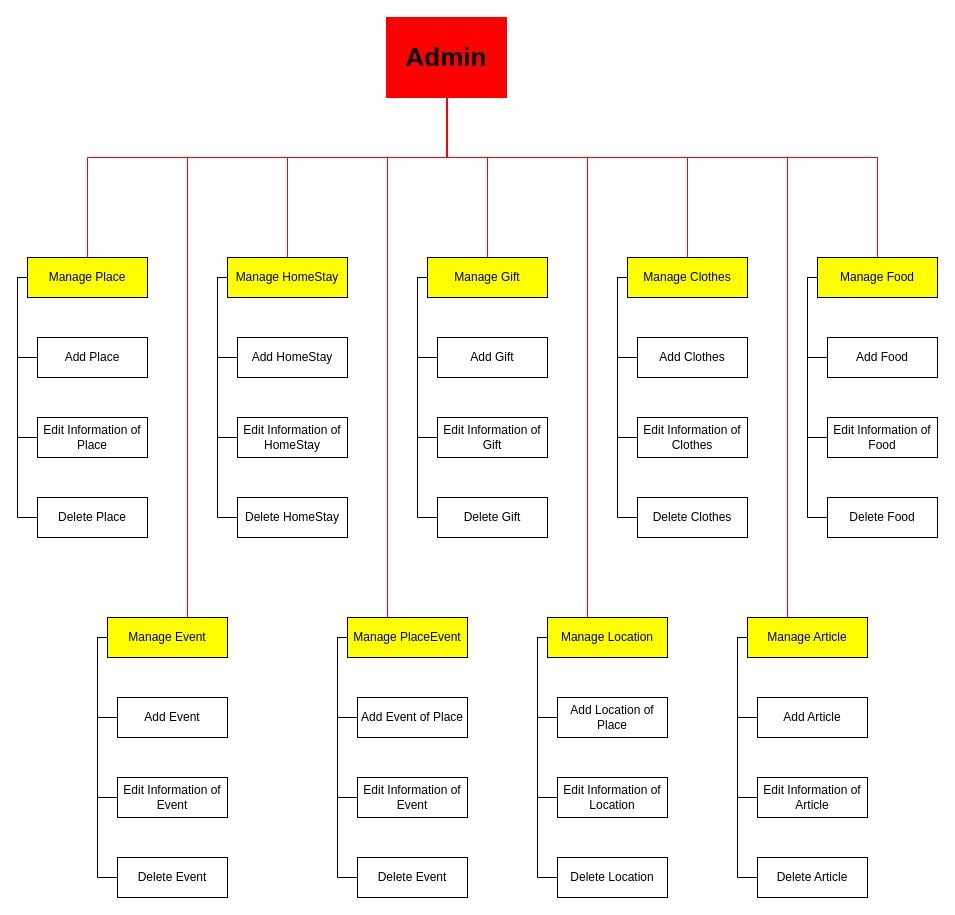
Before: VisitVietnamAdminFunctional.drawio in KhoaDQ/VisitVietnamRepo, a draw.io diagram. Source tidied: cells renumbered, new cells numbered last; positions are measured from the earlier drawing's top-left corner, leaving out a move shared by most shapes. Both pictures are drawn from the tidied source at 100%, with x=0, y=0 at pixel (17, 17).
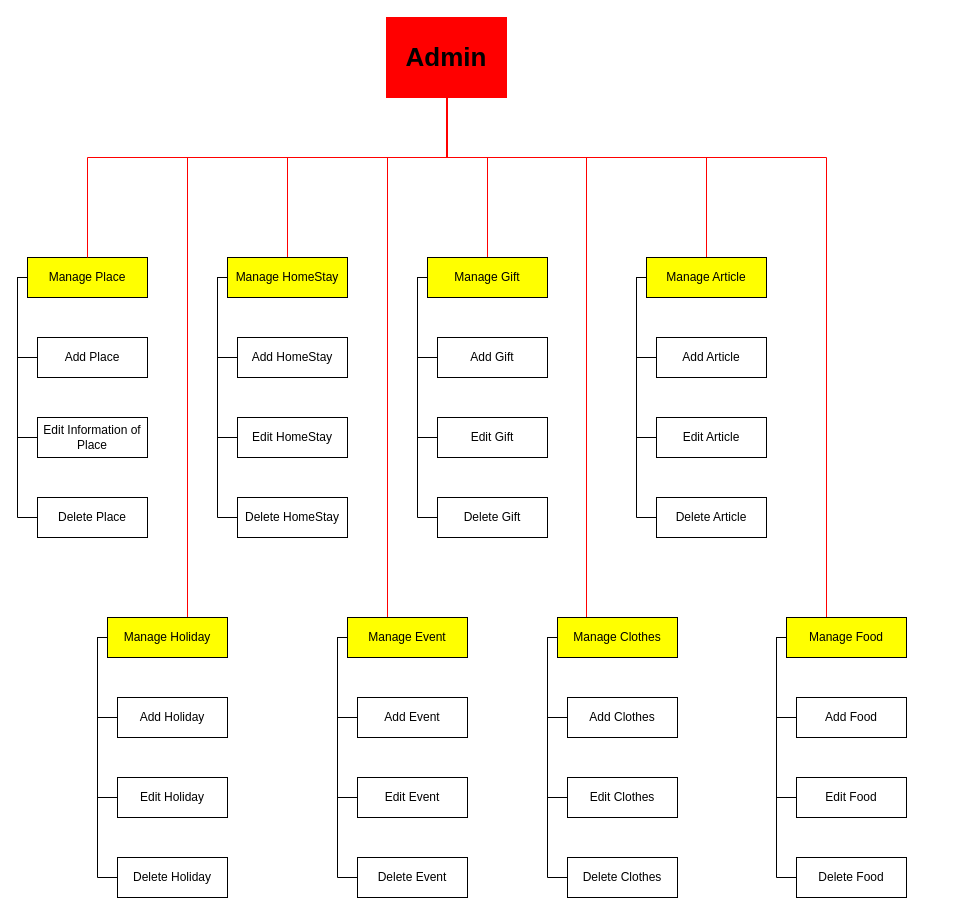
The same page after the edit.

The change refers to these unchanged cells:
```xml
<mxCell id="16" value="Admin" style="rounded=0;whiteSpace=wrap;html=1;strokeColor=#FF0000;fontStyle=1;fontSize=26;fillColor=#FF0000;" parent="1" vertex="1">
  <mxGeometry x="369" width="120" height="80" as="geometry" />
</mxCell>
```

Diff of the diagram source:
```diff
@@
     <mxCell id="10" style="edgeStyle=orthogonalEdgeStyle;rounded=0;jettySize=auto;html=1;endArrow=none;endFill=0;strokeColor=#FF0000;endSize=6;jumpSize=6;" parent="1" edge="1" source="16" target="37">
       <mxGeometry relative="1" as="geometry">
         <Array as="points">
           <mxPoint x="430" y="140" />
-          <mxPoint x="670" y="140" />
+          <mxPoint x="569" y="140" />
         </Array>
       </mxGeometry>
     </mxCell>
     <mxCell id="11" style="edgeStyle=orthogonalEdgeStyle;rounded=0;jettySize=auto;html=1;endArrow=none;endFill=0;strokeColor=#FF0000;endSize=6;jumpSize=6;" parent="1" edge="1" source="16" target="65">
       <mxGeometry relative="1" as="geometry">
         <Array as="points">
           <mxPoint x="430" y="140" />
-          <mxPoint x="860" y="140" />
+          <mxPoint x="809" y="140" />
         </Array>
       </mxGeometry>
     </mxCell>
@@
-    <mxCell id="14" style="edgeStyle=orthogonalEdgeStyle;rounded=0;jettySize=auto;html=1;endArrow=none;endFill=0;strokeColor=#FF0000;endSize=6;jumpSize=6;" parent="1" edge="1" source="16" target="58">
-      <mxGeometry relative="1" as="geometry">
-        <Array as="points">
-          <mxPoint x="430" y="140" />
-          <mxPoint x="570" y="140" />
-        </Array>
-      </mxGeometry>
-    </mxCell>
     <mxCell id="15" style="edgeStyle=orthogonalEdgeStyle;rounded=0;jettySize=auto;html=1;entryX=0.5;entryY=0;entryDx=0;entryDy=0;endArrow=none;endFill=0;strokeColor=#FF0000;endSize=6;jumpSize=6;" parent="1" edge="1" source="16" target="72">
       <mxGeometry relative="1" as="geometry">
         <Array as="points">
           <mxPoint x="430" y="140" />
-          <mxPoint x="770" y="140" />
-          <mxPoint x="770" y="640" />
+          <mxPoint x="689" y="140" />
         </Array>
       </mxGeometry>
     </mxCell>
@@
-    <mxCell id="24" value="Edit Information of&lt;br&gt;HomeStay" style="rounded=0;whiteSpace=wrap;html=1;" parent="1" vertex="1">
+    <mxCell id="24" value="Edit HomeStay" style="rounded=0;whiteSpace=wrap;html=1;" parent="1" vertex="1">
       <mxGeometry x="220" y="400" width="110" height="40" as="geometry" />
     </mxCell>
@@
-    <mxCell id="31" value="Edit Information of Gift" style="rounded=0;whiteSpace=wrap;html=1;" parent="1" vertex="1">
+    <mxCell id="31" value="Edit Gift" style="rounded=0;whiteSpace=wrap;html=1;" parent="1" vertex="1">
       <mxGeometry x="420" y="400" width="110" height="40" as="geometry" />
     </mxCell>
@@
     <mxCell id="33" value="Add Clothes" style="rounded=0;whiteSpace=wrap;html=1;" parent="1" vertex="1">
-      <mxGeometry x="620" y="320" width="110" height="40" as="geometry" />
+      <mxGeometry x="550" y="680" width="110" height="40" as="geometry" />
     </mxCell>
     <mxCell id="34" style="edgeStyle=orthogonalEdgeStyle;rounded=0;jettySize=auto;html=1;entryX=0;entryY=0.5;entryDx=0;entryDy=0;endArrow=none;endFill=0;" parent="1" edge="1" source="37" target="33">
       <mxGeometry relative="1" as="geometry">
         <Array as="points">
-          <mxPoint x="600" y="260" />
-          <mxPoint x="600" y="340" />
+          <mxPoint x="530" y="620" />
+          <mxPoint x="530" y="700" />
         </Array>
       </mxGeometry>
     </mxCell>
     <mxCell id="35" style="edgeStyle=orthogonalEdgeStyle;rounded=0;jettySize=auto;html=1;entryX=0;entryY=0.5;entryDx=0;entryDy=0;endArrow=none;endFill=0;" parent="1" edge="1" source="37" target="38">
       <mxGeometry relative="1" as="geometry">
         <Array as="points">
-          <mxPoint x="600" y="260" />
-          <mxPoint x="600" y="420" />
+          <mxPoint x="530" y="620" />
+          <mxPoint x="530" y="780" />
         </Array>
       </mxGeometry>
     </mxCell>
     <mxCell id="36" style="edgeStyle=orthogonalEdgeStyle;rounded=0;jettySize=auto;html=1;entryX=0;entryY=0.5;entryDx=0;entryDy=0;endArrow=none;endFill=0;" parent="1" edge="1" source="37" target="39">
       <mxGeometry relative="1" as="geometry">
         <Array as="points">
-          <mxPoint x="600" y="260" />
-          <mxPoint x="600" y="500" />
+          <mxPoint x="530" y="620" />
+          <mxPoint x="530" y="860" />
         </Array>
       </mxGeometry>
     </mxCell>
     <mxCell id="37" value="Manage Clothes" style="rounded=0;whiteSpace=wrap;html=1;fillColor=#FFFF00;" parent="1" vertex="1">
-      <mxGeometry x="610" y="240" width="120" height="40" as="geometry" />
+      <mxGeometry x="540" y="600" width="120" height="40" as="geometry" />
     </mxCell>
-    <mxCell id="38" value="&lt;span&gt;Edit Information of Clothes&lt;/span&gt;" style="rounded=0;whiteSpace=wrap;html=1;" parent="1" vertex="1">
-      <mxGeometry x="620" y="400" width="110" height="40" as="geometry" />
+    <mxCell id="38" value="&lt;span&gt;Edit Clothes&lt;/span&gt;" style="rounded=0;whiteSpace=wrap;html=1;" parent="1" vertex="1">
+      <mxGeometry x="550" y="760" width="110" height="40" as="geometry" />
     </mxCell>
     <mxCell id="39" value="Delete Clothes" style="rounded=0;whiteSpace=wrap;html=1;" parent="1" vertex="1">
-      <mxGeometry x="620" y="480" width="110" height="40" as="geometry" />
+      <mxGeometry x="550" y="840" width="110" height="40" as="geometry" />
     </mxCell>
-    <mxCell id="40" value="Add Event" style="rounded=0;whiteSpace=wrap;html=1;" parent="1" vertex="1">
+    <mxCell id="40" value="Add Holiday" style="rounded=0;whiteSpace=wrap;html=1;" parent="1" vertex="1">
       <mxGeometry x="100" y="680" width="110" height="40" as="geometry" />
     </mxCell>
@@
-    <mxCell id="44" value="Manage Event" style="rounded=0;whiteSpace=wrap;html=1;fillColor=#FFFF00;" parent="1" vertex="1">
+    <mxCell id="44" value="Manage Holiday" style="rounded=0;whiteSpace=wrap;html=1;fillColor=#FFFF00;" parent="1" vertex="1">
       <mxGeometry x="90" y="600" width="120" height="40" as="geometry" />
     </mxCell>
-    <mxCell id="45" value="&lt;span&gt;Edit Information of Event&lt;/span&gt;" style="rounded=0;whiteSpace=wrap;html=1;" parent="1" vertex="1">
+    <mxCell id="45" value="&lt;span&gt;Edit Holiday&lt;/span&gt;" style="rounded=0;whiteSpace=wrap;html=1;" parent="1" vertex="1">
       <mxGeometry x="100" y="760" width="110" height="40" as="geometry" />
     </mxCell>
-    <mxCell id="46" value="Delete Event" style="rounded=0;whiteSpace=wrap;html=1;" parent="1" vertex="1">
+    <mxCell id="46" value="Delete Holiday" style="rounded=0;whiteSpace=wrap;html=1;" parent="1" vertex="1">
       <mxGeometry x="100" y="840" width="110" height="40" as="geometry" />
     </mxCell>
-    <mxCell id="47" value="Add Event of Place" style="rounded=0;whiteSpace=wrap;html=1;" parent="1" vertex="1">
+    <mxCell id="47" value="Add Event" style="rounded=0;whiteSpace=wrap;html=1;" parent="1" vertex="1">
       <mxGeometry x="340" y="680" width="110" height="40" as="geometry" />
     </mxCell>
@@
-    <mxCell id="51" value="Manage PlaceEvent" style="rounded=0;whiteSpace=wrap;html=1;fillColor=#FFFF00;" parent="1" vertex="1">
+    <mxCell id="51" value="Manage Event" style="rounded=0;whiteSpace=wrap;html=1;fillColor=#FFFF00;" parent="1" vertex="1">
       <mxGeometry x="330" y="600" width="120" height="40" as="geometry" />
     </mxCell>
-    <mxCell id="52" value="&lt;span&gt;Edit Information of Event&lt;/span&gt;" style="rounded=0;whiteSpace=wrap;html=1;" parent="1" vertex="1">
+    <mxCell id="52" value="&lt;span&gt;Edit Event&lt;/span&gt;" style="rounded=0;whiteSpace=wrap;html=1;" parent="1" vertex="1">
       <mxGeometry x="340" y="760" width="110" height="40" as="geometry" />
     </mxCell>
@@
-    <mxCell id="54" value="Add Location of Place" style="rounded=0;whiteSpace=wrap;html=1;" parent="1" vertex="1">
-      <mxGeometry x="540" y="680" width="110" height="40" as="geometry" />
-    </mxCell>
-    <mxCell id="55" style="edgeStyle=orthogonalEdgeStyle;rounded=0;jettySize=auto;html=1;entryX=0;entryY=0.5;entryDx=0;entryDy=0;endArrow=none;endFill=0;" parent="1" edge="1" source="58" target="54">
-      <mxGeometry relative="1" as="geometry">
-        <Array as="points">
-          <mxPoint x="520" y="620" />
-          <mxPoint x="520" y="700" />
-        </Array>
-      </mxGeometry>
-    </mxCell>
-    <mxCell id="56" style="edgeStyle=orthogonalEdgeStyle;rounded=0;jettySize=auto;html=1;entryX=0;entryY=0.5;entryDx=0;entryDy=0;endArrow=none;endFill=0;" parent="1" edge="1" source="58" target="59">
-      <mxGeometry relative="1" as="geometry">
-        <Array as="points">
-          <mxPoint x="520" y="620" />
-          <mxPoint x="520" y="780" />
-        </Array>
-      </mxGeometry>
-    </mxCell>
-    <mxCell id="57" style="edgeStyle=orthogonalEdgeStyle;rounded=0;jettySize=auto;html=1;entryX=0;entryY=0.5;entryDx=0;entryDy=0;endArrow=none;endFill=0;" parent="1" edge="1" source="58" target="60">
-      <mxGeometry relative="1" as="geometry">
-        <Array as="points">
-          <mxPoint x="520" y="620" />
-          <mxPoint x="520" y="860" />
-        </Array>
-      </mxGeometry>
-    </mxCell>
-    <mxCell id="58" value="Manage Location" style="rounded=0;whiteSpace=wrap;html=1;fillColor=#FFFF00;" parent="1" vertex="1">
-      <mxGeometry x="530" y="600" width="120" height="40" as="geometry" />
-    </mxCell>
-    <mxCell id="59" value="&lt;span&gt;Edit Information of Location&lt;/span&gt;" style="rounded=0;whiteSpace=wrap;html=1;" parent="1" vertex="1">
-      <mxGeometry x="540" y="760" width="110" height="40" as="geometry" />
-    </mxCell>
-    <mxCell id="60" value="Delete Location" style="rounded=0;whiteSpace=wrap;html=1;" parent="1" vertex="1">
-      <mxGeometry x="540" y="840" width="110" height="40" as="geometry" />
-    </mxCell>
     <mxCell id="61" value="Add Food" style="rounded=0;whiteSpace=wrap;html=1;" parent="1" vertex="1">
-      <mxGeometry x="810" y="320" width="110" height="40" as="geometry" />
+      <mxGeometry x="779" y="680" width="110" height="40" as="geometry" />
     </mxCell>
     <mxCell id="62" style="edgeStyle=orthogonalEdgeStyle;rounded=0;jettySize=auto;html=1;entryX=0;entryY=0.5;entryDx=0;entryDy=0;endArrow=none;endFill=0;" parent="1" edge="1" source="65" target="61">
       <mxGeometry relative="1" as="geometry">
         <Array as="points">
-          <mxPoint x="790" y="260" />
-          <mxPoint x="790" y="340" />
+          <mxPoint x="759" y="620" />
+          <mxPoint x="759" y="700" />
         </Array>
       </mxGeometry>
     </mxCell>
     <mxCell id="63" style="edgeStyle=orthogonalEdgeStyle;rounded=0;jettySize=auto;html=1;entryX=0;entryY=0.5;entryDx=0;entryDy=0;endArrow=none;endFill=0;" parent="1" edge="1" source="65" target="66">
       <mxGeometry relative="1" as="geometry">
         <Array as="points">
-          <mxPoint x="790" y="260" />
-          <mxPoint x="790" y="420" />
+          <mxPoint x="759" y="620" />
+          <mxPoint x="759" y="780" />
         </Array>
       </mxGeometry>
     </mxCell>
     <mxCell id="64" style="edgeStyle=orthogonalEdgeStyle;rounded=0;jettySize=auto;html=1;entryX=0;entryY=0.5;entryDx=0;entryDy=0;endArrow=none;endFill=0;" parent="1" edge="1" source="65" target="67">
       <mxGeometry relative="1" as="geometry">
         <Array as="points">
-          <mxPoint x="790" y="260" />
-          <mxPoint x="790" y="500" />
+          <mxPoint x="759" y="620" />
+          <mxPoint x="759" y="860" />
         </Array>
       </mxGeometry>
     </mxCell>
     <mxCell id="65" value="Manage Food" style="rounded=0;whiteSpace=wrap;html=1;fillColor=#FFFF00;" parent="1" vertex="1">
-      <mxGeometry x="800" y="240" width="120" height="40" as="geometry" />
+      <mxGeometry x="769" y="600" width="120" height="40" as="geometry" />
     </mxCell>
-    <mxCell id="66" value="Edit Information of Food" style="rounded=0;whiteSpace=wrap;html=1;" parent="1" vertex="1">
-      <mxGeometry x="810" y="400" width="110" height="40" as="geometry" />
+    <mxCell id="66" value="Edit Food" style="rounded=0;whiteSpace=wrap;html=1;" parent="1" vertex="1">
+      <mxGeometry x="779" y="760" width="110" height="40" as="geometry" />
     </mxCell>
     <mxCell id="67" value="Delete Food" style="rounded=0;whiteSpace=wrap;html=1;" parent="1" vertex="1">
-      <mxGeometry x="810" y="480" width="110" height="40" as="geometry" />
+      <mxGeometry x="779" y="840" width="110" height="40" as="geometry" />
     </mxCell>
     <mxCell id="68" value="Add Article" style="rounded=0;whiteSpace=wrap;html=1;" parent="1" vertex="1">
-      <mxGeometry x="740" y="680" width="110" height="40" as="geometry" />
+      <mxGeometry x="639" y="320" width="110" height="40" as="geometry" />
     </mxCell>
     <mxCell id="69" style="edgeStyle=orthogonalEdgeStyle;rounded=0;jettySize=auto;html=1;entryX=0;entryY=0.5;entryDx=0;entryDy=0;endArrow=none;endFill=0;" parent="1" edge="1" source="72" target="68">
       <mxGeometry relative="1" as="geometry">
         <Array as="points">
-          <mxPoint x="720" y="620" />
-          <mxPoint x="720" y="700" />
+          <mxPoint x="619" y="260" />
+          <mxPoint x="619" y="340" />
         </Array>
       </mxGeometry>
     </mxCell>
     <mxCell id="70" style="edgeStyle=orthogonalEdgeStyle;rounded=0;jettySize=auto;html=1;entryX=0;entryY=0.5;entryDx=0;entryDy=0;endArrow=none;endFill=0;" parent="1" edge="1" source="72" target="73">
       <mxGeometry relative="1" as="geometry">
         <Array as="points">
-          <mxPoint x="720" y="620" />
-          <mxPoint x="720" y="780" />
+          <mxPoint x="619" y="260" />
+          <mxPoint x="619" y="420" />
         </Array>
       </mxGeometry>
     </mxCell>
     <mxCell id="71" style="edgeStyle=orthogonalEdgeStyle;rounded=0;jettySize=auto;html=1;entryX=0;entryY=0.5;entryDx=0;entryDy=0;endArrow=none;endFill=0;" parent="1" edge="1" source="72" target="74">
       <mxGeometry relative="1" as="geometry">
         <Array as="points">
-          <mxPoint x="720" y="620" />
-          <mxPoint x="720" y="860" />
+          <mxPoint x="619" y="260" />
+          <mxPoint x="619" y="500" />
         </Array>
       </mxGeometry>
     </mxCell>
     <mxCell id="72" value="Manage Article" style="rounded=0;whiteSpace=wrap;html=1;fillColor=#FFFF00;" parent="1" vertex="1">
-      <mxGeometry x="730" y="600" width="120" height="40" as="geometry" />
+      <mxGeometry x="629" y="240" width="120" height="40" as="geometry" />
     </mxCell>
-    <mxCell id="73" value="&lt;span&gt;Edit Information of Article&lt;/span&gt;" style="rounded=0;whiteSpace=wrap;html=1;" parent="1" vertex="1">
-      <mxGeometry x="740" y="760" width="110" height="40" as="geometry" />
+    <mxCell id="73" value="&lt;span&gt;Edit Article&lt;/span&gt;" style="rounded=0;whiteSpace=wrap;html=1;" parent="1" vertex="1">
+      <mxGeometry x="639" y="400" width="110" height="40" as="geometry" />
     </mxCell>
     <mxCell id="74" value="Delete Article" style="rounded=0;whiteSpace=wrap;html=1;" parent="1" vertex="1">
-      <mxGeometry x="740" y="840" width="110" height="40" as="geometry" />
+      <mxGeometry x="639" y="480" width="110" height="40" as="geometry" />
     </mxCell>
```
